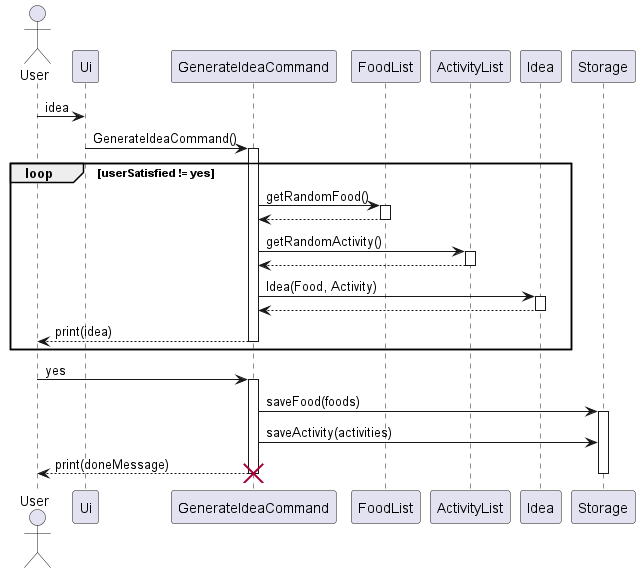
Earlier version of the PlantUML export docs/images/GenerateIdeaCommandSequenceDiagram.png (RyanTDL/tp). Its diagram source:
```plantuml
@startuml

actor User as User

User -> Ui: idea
Ui -> GenerateIdeaCommand: GenerateIdeaCommand()
activate GenerateIdeaCommand

loop userSatisfied != yes
    GenerateIdeaCommand -> FoodList: getRandomFood()
    activate FoodList
    FoodList --> GenerateIdeaCommand
    deactivate FoodList

    GenerateIdeaCommand -> ActivityList: getRandomActivity()
    activate ActivityList
    ActivityList --> GenerateIdeaCommand
    deactivate ActivityList

    GenerateIdeaCommand -> Idea: Idea(Food, Activity)
    activate Idea
    Idea --> GenerateIdeaCommand:
    deactivate Idea
    GenerateIdeaCommand --> User: print(idea)
    deactivate GenerateIdeaCommand
end

User -> GenerateIdeaCommand: yes
activate GenerateIdeaCommand
GenerateIdeaCommand -> Storage: saveFood(foods)
activate Storage
GenerateIdeaCommand -> Storage: saveActivity(activities)
GenerateIdeaCommand --> User: print(doneMessage)
deactivate Storage
deactivate GenerateIdeaCommand
destroy GenerateIdeaCommand

@enduml
```
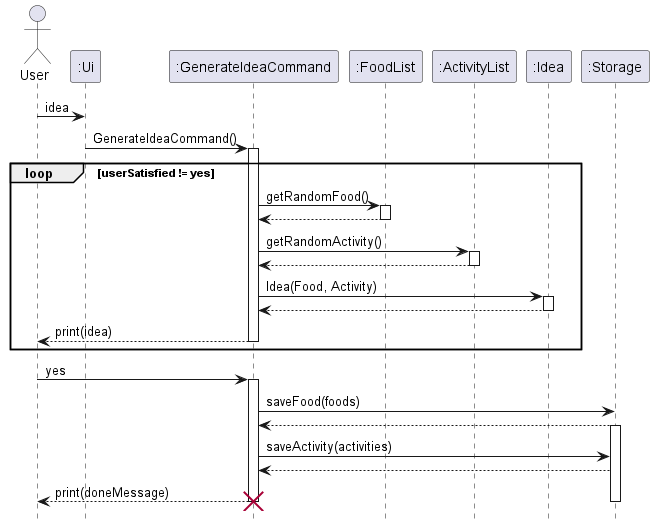
The same file after the commit.

Commit message:
Edit GenerateIdeaCommand sequence diagram based on DG review

Diff of the diagram source:
```diff
@@ -1,6 +1,13 @@
 @startuml
+hide footbox
 
 actor User as User
+participant ":Ui" as Ui
+participant ":GenerateIdeaCommand" as GenerateIdeaCommand
+participant ":FoodList" as FoodList
+participant ":ActivityList" as ActivityList
+participant ":Idea" as Idea
+participant ":Storage" as Storage
 
 User -> Ui: idea
 Ui -> GenerateIdeaCommand: GenerateIdeaCommand()
@@ -28,8 +35,10 @@
 User -> GenerateIdeaCommand: yes
 activate GenerateIdeaCommand
 GenerateIdeaCommand -> Storage: saveFood(foods)
+Storage --> GenerateIdeaCommand
 activate Storage
 GenerateIdeaCommand -> Storage: saveActivity(activities)
+Storage --> GenerateIdeaCommand
 GenerateIdeaCommand --> User: print(doneMessage)
 deactivate Storage
 deactivate GenerateIdeaCommand
```
